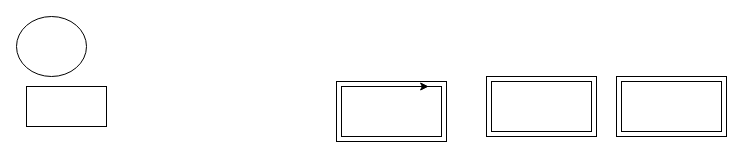
junki1912/DataBase_base keeps this draw.io diagram as Untitled Diagram.drawio. Above is the earlier version. Source tidied: cells renumbered, new cells numbered last; positions are measured from the earlier drawing's top-left corner, leaving out a move shared by most shapes. Both pictures are drawn from the tidied source at 100%, with x=0, y=0 at pixel (16, 16).
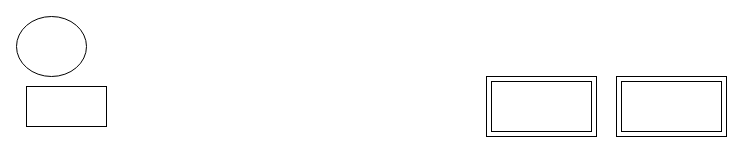
Above is the later version.

Diff of the diagram source:
```diff
@@
 <mxGraphModel>
   <root>
     <mxCell id="0" />
     <mxCell id="1" parent="0" />
     <mxCell id="2" style="rounded=0;whiteSpace=wrap;html=1;" parent="1" vertex="1">
       <mxGeometry x="10" y="70" width="80" height="40" as="geometry" />
     </mxCell>
-    <mxCell id="3" style="rounded=0;whiteSpace=wrap;html=1;" parent="1" vertex="1">
-      <mxGeometry x="320" y="65" width="110" height="60" as="geometry" />
-    </mxCell>
-    <mxCell id="4" style="rounded=0;whiteSpace=wrap;html=1;" parent="1" vertex="1">
-      <mxGeometry x="325" y="70" width="100" height="50" as="geometry" />
-    </mxCell>
     <mxCell id="5" style="ellipse;whiteSpace=wrap;html=1;" parent="1" vertex="1">
       <mxGeometry width="70" height="60" as="geometry" />
     </mxCell>
     <mxCell id="6" style="rounded=0;whiteSpace=wrap;html=1;" parent="1" vertex="1">
       <mxGeometry x="470" y="60" width="110" height="60" as="geometry" />
     </mxCell>
     <mxCell id="7" style="rounded=0;whiteSpace=wrap;html=1;" parent="1" vertex="1">
       <mxGeometry x="475" y="65" width="100" height="50" as="geometry" />
     </mxCell>
     <mxCell id="8" style="rounded=0;whiteSpace=wrap;html=1;" parent="1" vertex="1">
       <mxGeometry x="600" y="60" width="110" height="60" as="geometry" />
     </mxCell>
     <mxCell id="9" style="rounded=0;whiteSpace=wrap;html=1;" parent="1" vertex="1">
       <mxGeometry x="605" y="65" width="100" height="50" as="geometry" />
     </mxCell>
-    <mxCell id="10" style="edgeStyle=orthogonalEdgeStyle;rounded=0;orthogonalLoop=1;jettySize=auto;html=1;exitX=0.75;exitY=0;exitDx=0;exitDy=0;entryX=0.872;entryY=-0.016;entryDx=0;entryDy=0;entryPerimeter=0;" parent="1" edge="1" source="4" target="4">
-      <mxGeometry relative="1" as="geometry" />
-    </mxCell>
   </root>
 </mxGraphModel>
```
